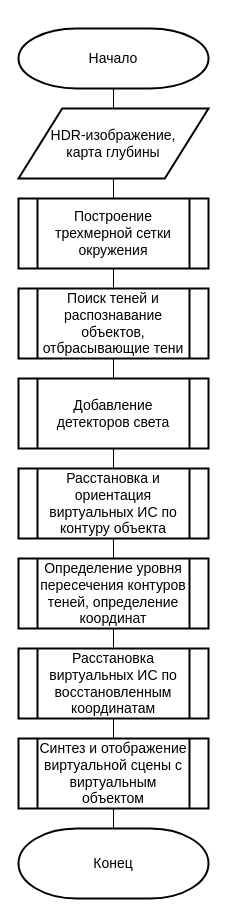
This is nir/tex/inc/img/HDR_Method.drawio from Yokud/bmstu_bachelors_diploma, a draw.io file, before an edit. Source tidied: cells renumbered, new cells numbered last; positions are measured from the earlier drawing's top-left corner, leaving out a move shared by most shapes. Both pictures are drawn from the tidied source at 100%, with x=0, y=0 at pixel (18, 28).
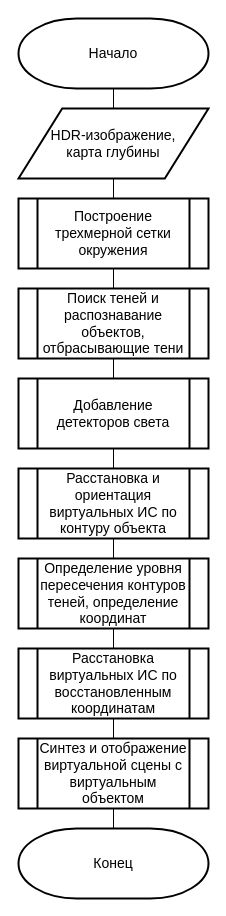
Above is the later version.

Diff of the diagram source:
```diff
@@
-    <mxCell id="7" value="&lt;font style=&quot;font-size: 14px;&quot;&gt;Начало&lt;/font&gt;" style="strokeWidth=2;html=1;shape=mxgraph.flowchart.terminator;whiteSpace=wrap;rounded=0;" parent="1" vertex="1">
-      <mxGeometry width="190" height="60" as="geometry" />
+    <mxCell id="7" value="&lt;font style=&quot;font-size: 14px;&quot;&gt;Начало&lt;/font&gt;" style="strokeWidth=2;html=1;shape=mxgraph.flowchart.terminator;whiteSpace=wrap;rounded=0;perimeterSpacing=0;" parent="1" vertex="1">
+      <mxGeometry y="-10" width="190" height="70" as="geometry" />
     </mxCell>
```
